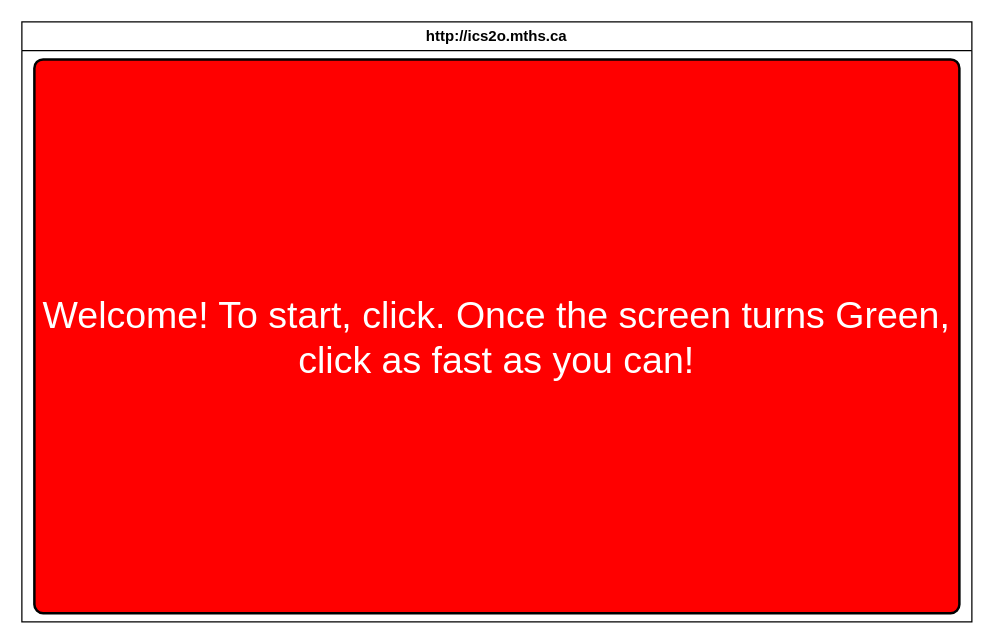
lucas-nguyen0/ICD2O-Final-Project-lucas.nguyen keeps this draw.io diagram as page "Page-4" (4 of 5) of design/storyboard.drawio. Above is the earlier version. Source tidied: cells renumbered, new cells numbered last; positions are measured from the earlier drawing's top-left corner, leaving out a move shared by most shapes. Both pictures are drawn from the tidied source at 125%, with x=0, y=0 at pixel (21, 21).
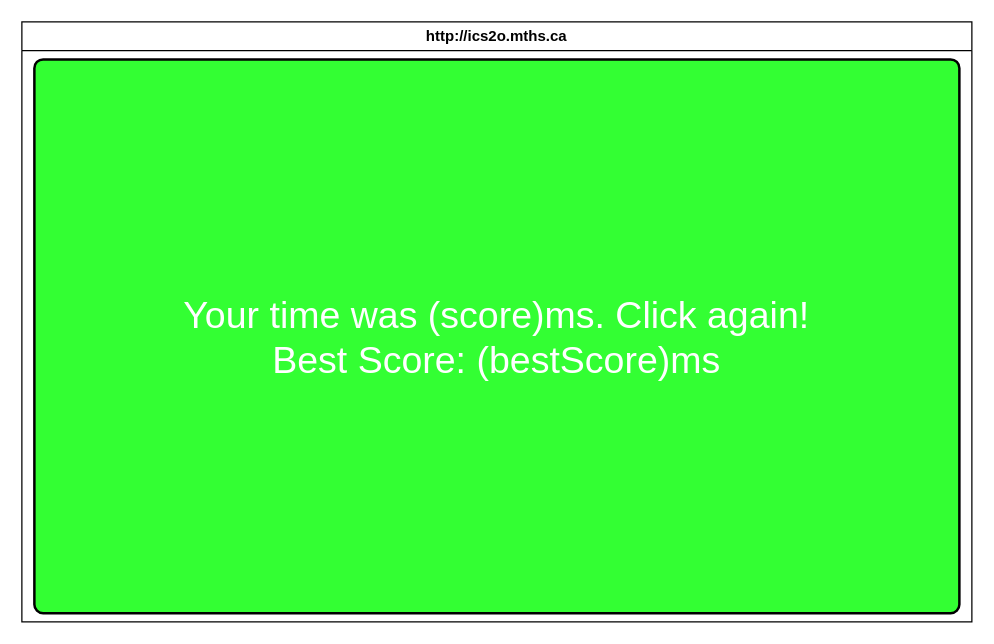
The same page after the edit.

Commit message (it also covers changes not shown here):
updated flowchart and storyboards

The edit, as a diff of the source:
```diff
@@
 <mxGraphModel>
   <root>
     <mxCell id="0" />
     <mxCell id="1" parent="0" />
     <mxCell id="2" value="http://ics2o.mths.ca" style="swimlane;whiteSpace=wrap;html=1;" parent="1" vertex="1">
       <mxGeometry width="760" height="480" as="geometry" />
     </mxCell>
-    <mxCell id="3" value="&lt;font style=&quot;font-size: 30px; color: rgb(255, 255, 255);&quot;&gt;Welcome! To start, click. Once the screen turns Green, click as fast as you can!&lt;/font&gt;" style="rounded=1;whiteSpace=wrap;html=1;absoluteArcSize=1;arcSize=14;strokeWidth=2;fillColor=light-dark(#FF0000,#EDEDED);" parent="2" vertex="1">
+    <mxCell id="3" value="&lt;font style=&quot;font-size: 30px; color: rgb(255, 255, 255);&quot;&gt;Your time was (score)ms. Click again!&lt;/font&gt;&lt;div&gt;&lt;font style=&quot;font-size: 30px; color: rgb(255, 255, 255);&quot;&gt;Best Score: (bestScore)ms&lt;/font&gt;&lt;/div&gt;" style="rounded=1;whiteSpace=wrap;html=1;absoluteArcSize=1;arcSize=14;strokeWidth=2;fillColor=light-dark(#33FF33,#EDEDED);gradientColor=none;" parent="2" vertex="1">
       <mxGeometry x="10" y="30" width="740" height="443" as="geometry" />
     </mxCell>
   </root>
 </mxGraphModel>
```
